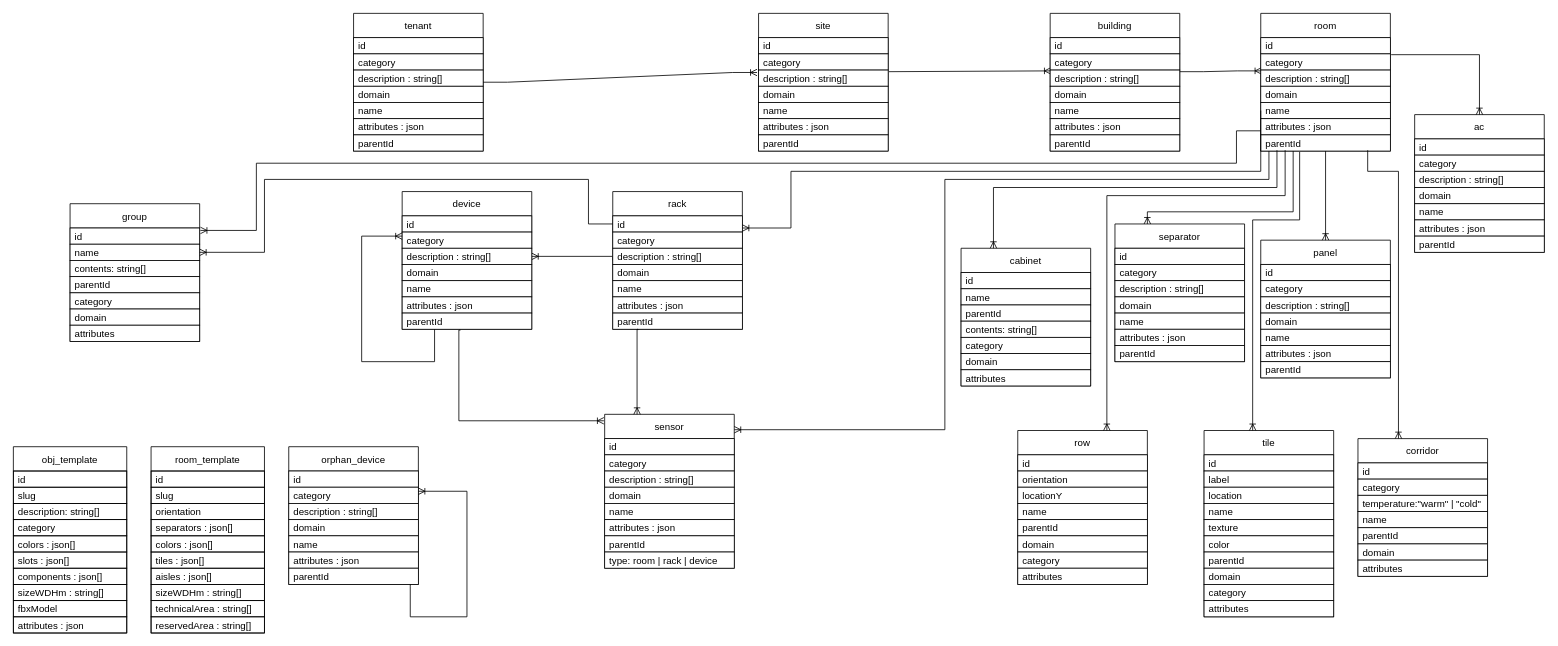
Above: resources/diagrams/DB.drawio in ditrit/OGrEE-Core (draw.io), before the change. Source tidied: cells renumbered, new cells numbered last; positions are measured from the earlier drawing's top-left corner, leaving out a move shared by most shapes. Both pictures are drawn from the tidied source at 81%, with x=0, y=0 at pixel (13, 13).
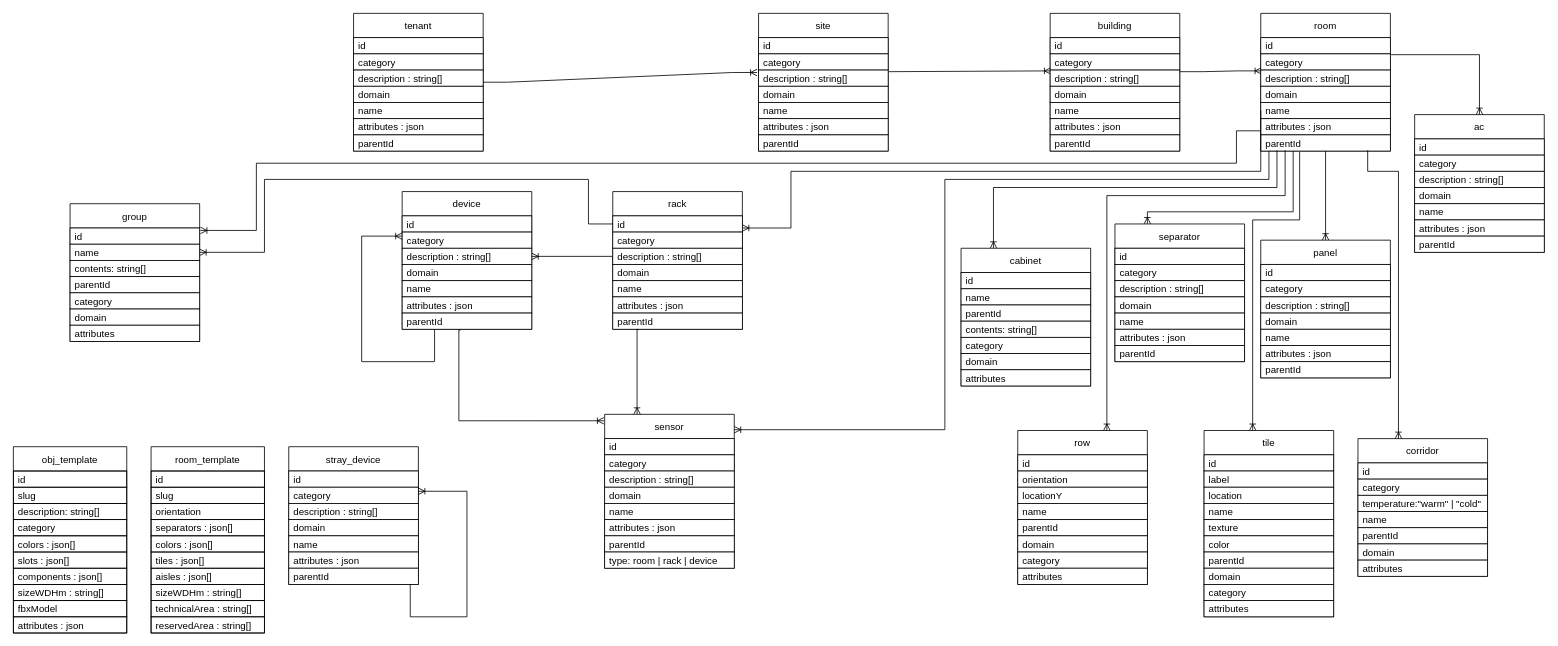
Above is the later version.

Change to the diagram source:
```diff
@@
-    <mxCell id="182" value="orphan_device" style="swimlane;fontStyle=0;horizontal=1;startSize=30;fillColor=default;strokeColor=default;fontColor=default;" parent="1" vertex="1">
+    <mxCell id="182" value="stray_device" style="swimlane;fontStyle=0;horizontal=1;startSize=30;fillColor=default;strokeColor=default;fontColor=default;" parent="1" vertex="1">
       <mxGeometry x="340" y="535" width="160" height="170" as="geometry" />
     </mxCell>
```
